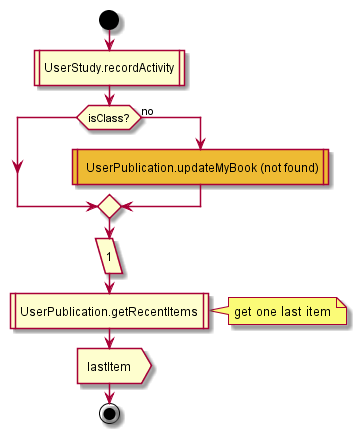
The PlantUML diagram test2/diagrams/UserPublication.POST.update.png in MaxXx1313/testwiki, before a commit. The source it was exported from:
```plantuml
@startuml
|Client|

start
:UserStudy.recordActivity|
if (isClass?) then
else (no)
#eebb33: UserPublication.updateMyBook (not found)|
endif;

:1/
:UserPublication.getRecentItems|
note right: get one last item

:lastItem>

end;
@enduml
```
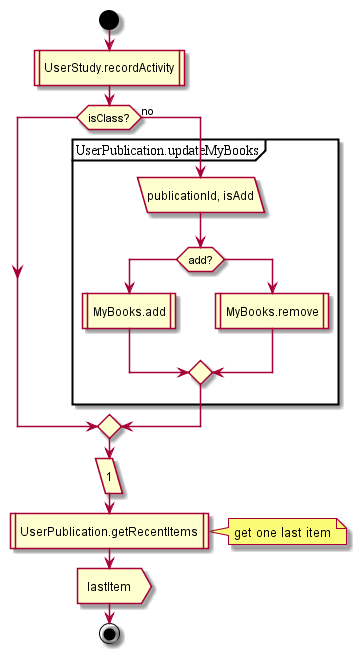
After the commit.

What changed in the source:
```diff
@@ -1,18 +1,21 @@
 @startuml
 |Client|
-
 start
 :UserStudy.recordActivity|
 if (isClass?) then
 else (no)
-#eebb33: UserPublication.updateMyBook (not found)|
+partition UserPublication.updateMyBooks {
+:publicationId, isAdd/
+if(add?) then
+:MyBooks.add|
+else
+:MyBooks.remove|
 endif;
-
+}
+endif;
 :1/
 :UserPublication.getRecentItems|
 note right: get one last item
-
 :lastItem>
-
 end;
 @enduml
```
